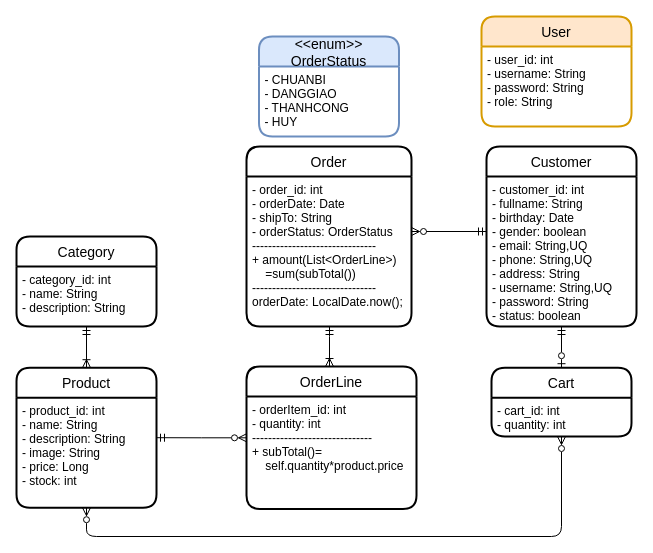
ToDuyVuong/SmartHome keeps this draw.io diagram as page "Web Ecommerce" (1 of 2) of Documentation/DesignPatternClassDiagarm.drawio. Above is the earlier version. Source tidied: cells renumbered, new cells numbered last; positions are measured from the earlier drawing's top-left corner, leaving out a move shared by most shapes. Both pictures are drawn from the tidied source at 100%, with x=0, y=0 at pixel (16, 16).
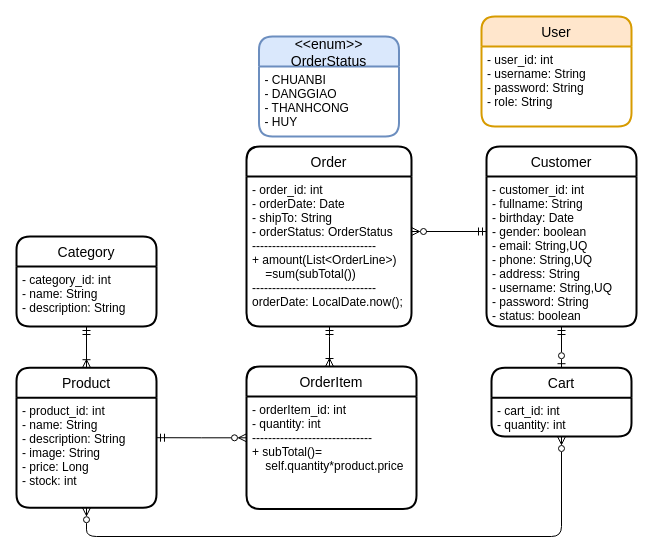
After the change.

Change to the diagram source:
```diff
@@
-    <mxCell id="12" value="OrderLine" style="swimlane;horizontal=1;startSize=30;rounded=1;fontSize=14;fontStyle=0;strokeWidth=2;shadow=0;dashed=0;align=center;" parent="1" vertex="1">
+    <mxCell id="12" value="OrderItem" style="swimlane;horizontal=1;startSize=30;rounded=1;fontSize=14;fontStyle=0;strokeWidth=2;shadow=0;dashed=0;align=center;" parent="1" vertex="1">
       <mxGeometry x="230" y="350" width="170" height="142.5" as="geometry" />
     </mxCell>
```
